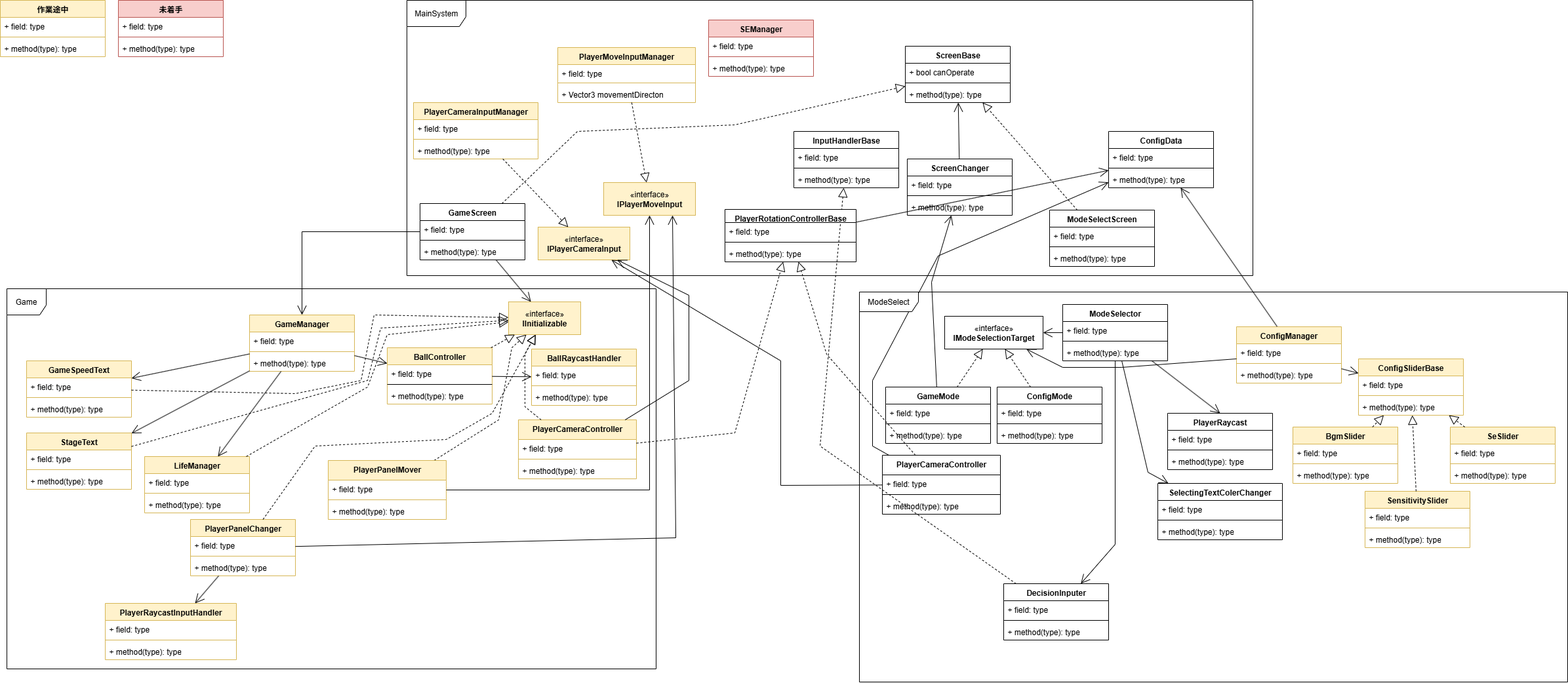
Above: BreakOut.drawio.png in UzukiAlto/3DBreakout (draw.io), before the change. Source tidied: cells renumbered, new cells last; positions are measured from the earlier drawing's top-left corner, leaving out a move shared by most shapes.
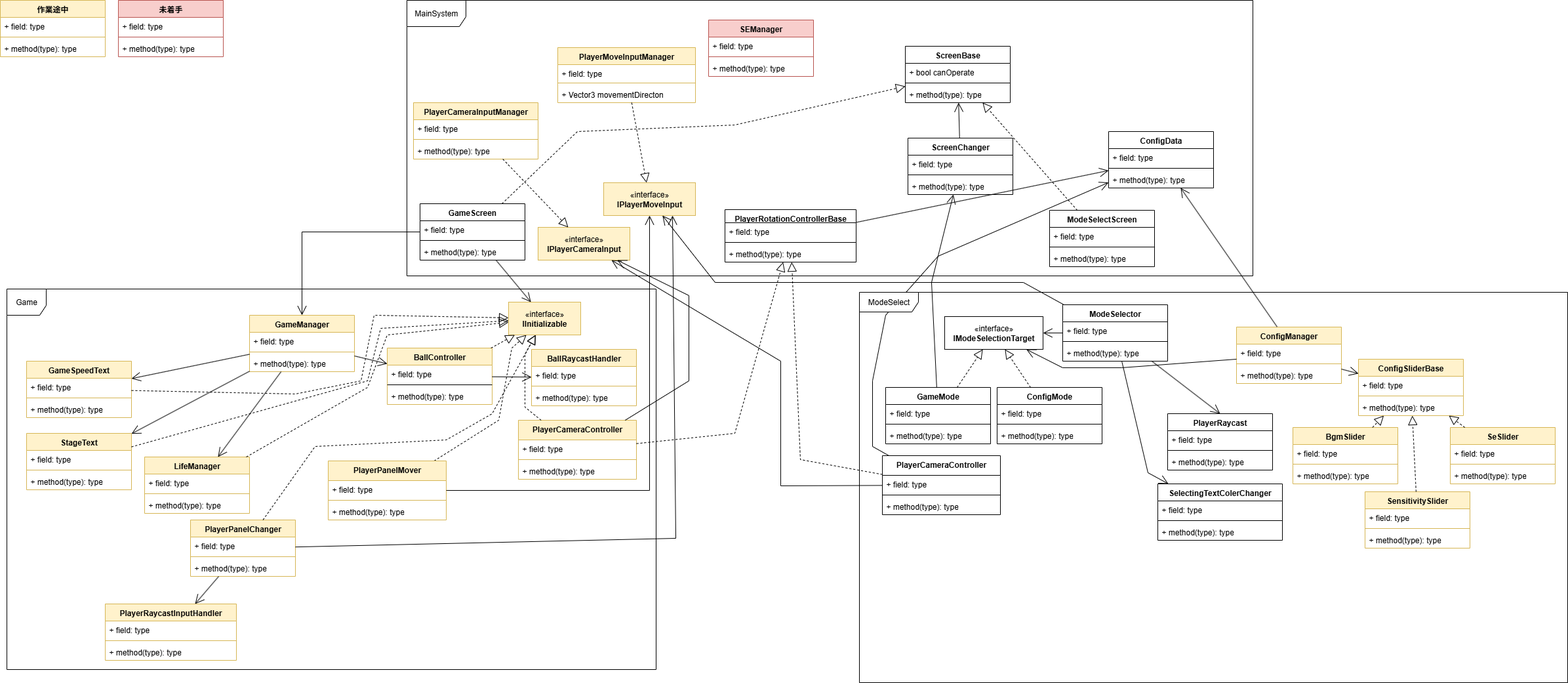
The same diagram one commit later.

What changed in the source:
```diff
@@ -7,6 +7,7 @@
         <Array as="points">
           <mxPoint x="1330" y="680" />
           <mxPoint x="1330" y="580" />
+          <mxPoint x="1350" y="480" />
           <mxPoint x="1430" y="390" />
         </Array>
       </mxGeometry>
@@ -49,22 +50,10 @@
     <mxCell id="13" style="endArrow=block;dashed=1;endFill=0;endSize=12;html=1;rounded=0;" parent="1" edge="1" source="4" target="182">
       <mxGeometry relative="1" as="geometry">
         <Array as="points">
-          <mxPoint x="1260" y="540" />
+          <mxPoint x="1220" y="700" />
         </Array>
       </mxGeometry>
     </mxCell>
-    <mxCell id="14" value="InputHandlerBase" style="swimlane;fontStyle=1;align=center;verticalAlign=top;horizontal=1;startSize=26;whiteSpace=wrap;html=1;" parent="1" vertex="1">
-      <mxGeometry x="1210" y="200" width="160" height="86" as="geometry" />
-    </mxCell>
-    <mxCell id="15" value="+ field: type" style="text;strokeColor=none;fillColor=none;align=left;verticalAlign=top;spacingLeft=4;spacingRight=4;overflow=hidden;whiteSpace=wrap;html=1;" parent="14" vertex="1">
-      <mxGeometry y="26" width="160" height="26" as="geometry" />
-    </mxCell>
-    <mxCell id="16" style="line;strokeWidth=1;fillColor=none;align=left;verticalAlign=middle;spacingTop=-1;spacingLeft=3;spacingRight=3;labelPosition=right;strokeColor=inherit;" parent="14" vertex="1">
-      <mxGeometry y="52" width="160" height="8" as="geometry" />
-    </mxCell>
-    <mxCell id="17" value="+ method(type): type" style="text;strokeColor=none;fillColor=none;align=left;verticalAlign=top;spacingLeft=4;spacingRight=4;overflow=hidden;whiteSpace=wrap;html=1;" parent="14" vertex="1">
-      <mxGeometry y="60" width="160" height="26" as="geometry" />
-    </mxCell>
     <mxCell id="18" value="ModeSelectScreen" style="swimlane;fontStyle=1;align=center;verticalAlign=top;horizontal=1;startSize=26;whiteSpace=wrap;html=1;" parent="1" vertex="1">
       <mxGeometry x="1600" y="320" width="160" height="86" as="geometry" />
     </mxCell>
@@ -78,7 +67,7 @@
       <mxGeometry y="60" width="160" height="26" as="geometry" />
     </mxCell>
     <mxCell id="22" value="ScreenChanger" style="swimlane;fontStyle=1;align=center;verticalAlign=top;horizontal=1;startSize=26;whiteSpace=wrap;html=1;" parent="1" vertex="1">
-      <mxGeometry x="1383" y="242" width="160" height="86" as="geometry" />
+      <mxGeometry x="1384" y="210" width="160" height="86" as="geometry" />
     </mxCell>
     <mxCell id="23" value="+ field: type" style="text;strokeColor=none;fillColor=none;align=left;verticalAlign=top;spacingLeft=4;spacingRight=4;overflow=hidden;whiteSpace=wrap;html=1;" parent="22" vertex="1">
       <mxGeometry y="26" width="160" height="26" as="geometry" />
@@ -116,25 +105,6 @@
     <mxCell id="34" style="endArrow=open;endFill=1;endSize=12;html=1;rounded=0;entryX=0.5;entryY=0;entryDx=0;entryDy=0;" parent="1" edge="1" source="26" target="30">
       <mxGeometry relative="1" as="geometry" />
     </mxCell>
-    <mxCell id="35" value="DecisionInputer" style="swimlane;fontStyle=1;align=center;verticalAlign=top;horizontal=1;startSize=26;whiteSpace=wrap;html=1;" parent="1" vertex="1">
-      <mxGeometry x="1530" y="890" width="160" height="86" as="geometry" />
-    </mxCell>
-    <mxCell id="36" value="+ field: type" style="text;strokeColor=none;fillColor=none;align=left;verticalAlign=top;spacingLeft=4;spacingRight=4;overflow=hidden;whiteSpace=wrap;html=1;" parent="35" vertex="1">
-      <mxGeometry y="26" width="160" height="26" as="geometry" />
-    </mxCell>
-    <mxCell id="37" style="line;strokeWidth=1;fillColor=none;align=left;verticalAlign=middle;spacingTop=-1;spacingLeft=3;spacingRight=3;labelPosition=right;strokeColor=inherit;" parent="35" vertex="1">
-      <mxGeometry y="52" width="160" height="8" as="geometry" />
-    </mxCell>
-    <mxCell id="38" value="+ method(type): type" style="text;strokeColor=none;fillColor=none;align=left;verticalAlign=top;spacingLeft=4;spacingRight=4;overflow=hidden;whiteSpace=wrap;html=1;" parent="35" vertex="1">
-      <mxGeometry y="60" width="160" height="26" as="geometry" />
-    </mxCell>
-    <mxCell id="39" style="endArrow=open;endFill=1;endSize=12;html=1;rounded=0;" parent="1" edge="1" source="26" target="35">
-      <mxGeometry relative="1" as="geometry">
-        <Array as="points">
-          <mxPoint x="1700" y="830" />
-        </Array>
-      </mxGeometry>
-    </mxCell>
     <mxCell id="40" style="endArrow=open;endFill=1;endSize=12;html=1;rounded=0;" parent="1" edge="1" source="26" target="9">
       <mxGeometry relative="1" as="geometry">
         <Array as="points">
@@ -624,13 +594,6 @@
     <mxCell id="180" style="endArrow=open;endFill=1;endSize=12;html=1;rounded=0;" parent="1" edge="1" source="182" target="155">
       <mxGeometry relative="1" as="geometry" />
     </mxCell>
-    <mxCell id="181" style="endArrow=block;dashed=1;endFill=0;endSize=12;html=1;rounded=0;" parent="1" edge="1" source="35" target="14">
-      <mxGeometry relative="1" as="geometry">
-        <Array as="points">
-          <mxPoint x="1250" y="680" />
-        </Array>
-      </mxGeometry>
-    </mxCell>
     <mxCell id="182" value="PlayerRotationControllerBase" style="swimlane;fontStyle=1;align=center;verticalAlign=top;horizontal=1;startSize=20;whiteSpace=wrap;html=1;" parent="1" vertex="1">
       <mxGeometry x="1105" y="319" width="200" height="80" as="geometry" />
     </mxCell>
@@ -651,5 +614,13 @@
         </Array>
       </mxGeometry>
     </mxCell>
+    <mxCell id="187" style="endArrow=open;endFill=1;endSize=12;html=1;rounded=0;" parent="1" edge="1" source="26" target="178">
+      <mxGeometry relative="1" as="geometry">
+        <Array as="points">
+          <mxPoint x="1560" y="430" />
+          <mxPoint x="1090" y="430" />
+        </Array>
+      </mxGeometry>
+    </mxCell>
   </root>
 </mxGraphModel>
```
